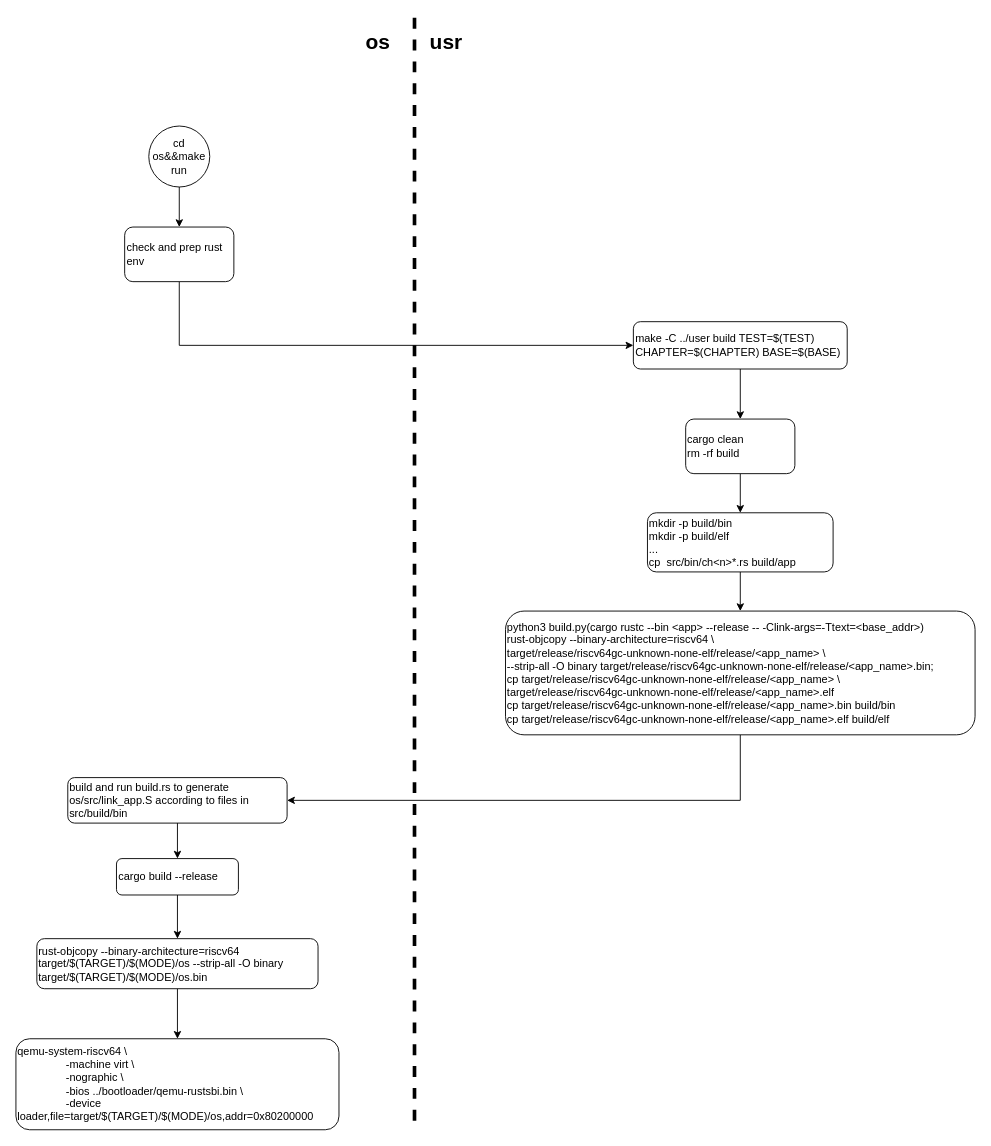
The draw.io diagram page "ch2编译过程" (1 of 2) of flow.drawio in heirish/OpenOs-2025Spring-notes, before the edit. Source tidied: cells renumbered, new cells numbered last; positions are measured from the earlier drawing's top-left corner, leaving out a move shared by most shapes. Both pictures are drawn from the tidied source at 91%, with x=0, y=0 at pixel (15, 17).
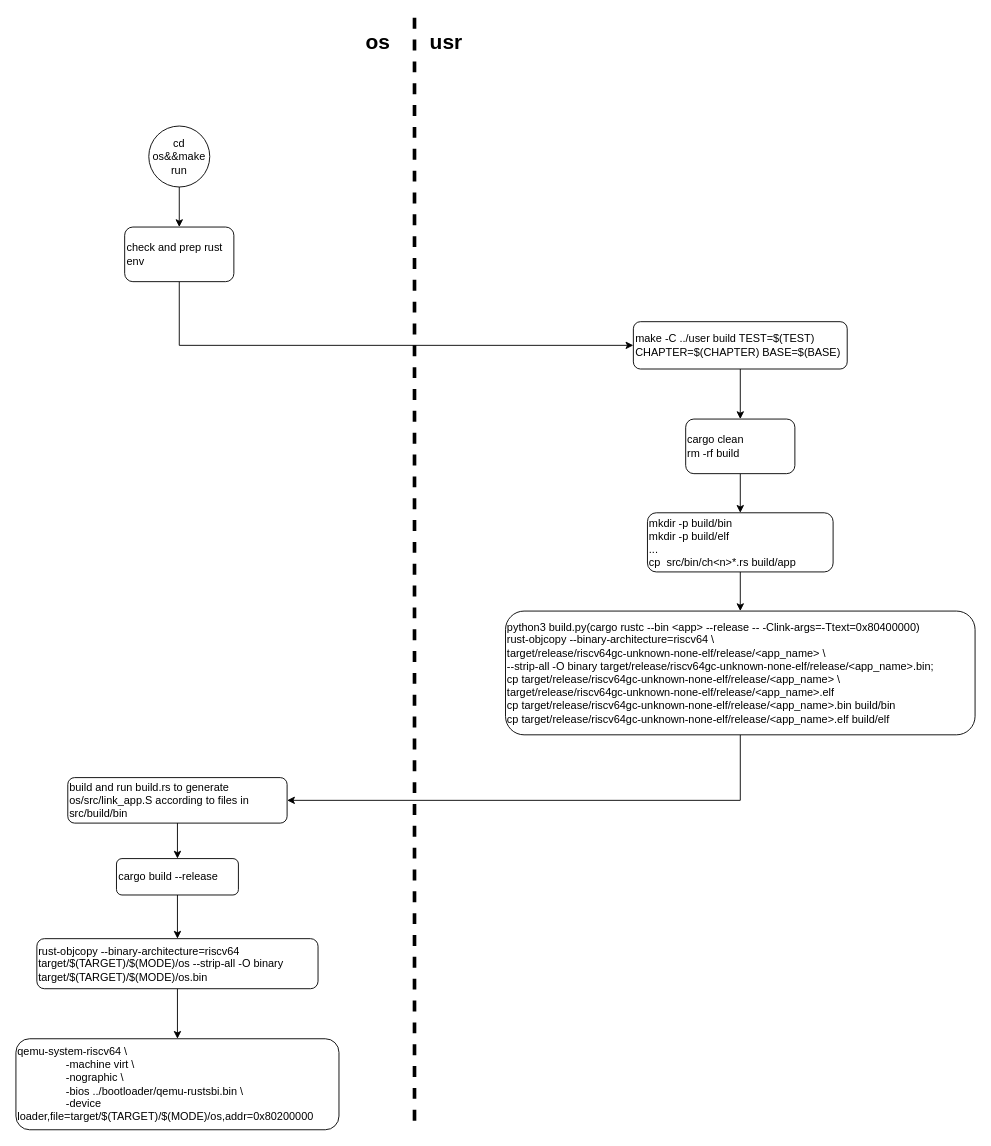
The same diagram, later.

Change to the diagram source:
```diff
@@
-    <mxCell id="16" value="python3 build.py(cargo rustc --bin &amp;lt;app&amp;gt; --release -- -Clink-args=-Ttext=&amp;lt;base_addr&amp;gt;&lt;span style=&quot;background-color: initial;&quot;&gt;)&lt;/span&gt;&lt;div&gt;&lt;span style=&quot;background-color: initial;&quot;&gt;&lt;div&gt;rust-objcopy --binary-architecture=riscv64 \&lt;/div&gt;&lt;div&gt;target/release/riscv64gc-unknown-none-elf/release/&amp;lt;app_name&amp;gt; \&lt;/div&gt;&lt;div&gt;--strip-all -O binary target/release/riscv64gc-unknown-none-elf/release/&amp;lt;app_name&amp;gt;.bin;&lt;/div&gt;&lt;div&gt;cp target/release/riscv64gc-unknown-none-elf/release/&amp;lt;app_name&amp;gt; \&lt;/div&gt;&lt;div&gt;target/release/riscv64gc-unknown-none-elf/release/&amp;lt;app_name&amp;gt;.elf&lt;/div&gt;&lt;div&gt;cp&amp;nbsp;&lt;span style=&quot;background-color: initial;&quot;&gt;target/release/riscv64gc-unknown-none-elf/release/&amp;lt;app_name&amp;gt;.bin build/bin&lt;/span&gt;&lt;/div&gt;&lt;div&gt;cp&amp;nbsp;&lt;span style=&quot;background-color: initial;&quot;&gt;target/release/riscv64gc-unknown-none-elf/release/&amp;lt;app_name&amp;gt;.elf build/elf&lt;/span&gt;&lt;span style=&quot;background-color: initial;&quot;&gt;&lt;br&gt;&lt;/span&gt;&lt;/div&gt;&lt;/span&gt;&lt;/div&gt;" style="rounded=1;whiteSpace=wrap;html=1;align=left;" parent="1" vertex="1">
+    <mxCell id="16" value="python3 build.py(cargo rustc --bin &amp;lt;app&amp;gt; --release -- -Clink-args=-Ttext=0x80400000&lt;span style=&quot;background-color: initial;&quot;&gt;)&lt;/span&gt;&lt;div&gt;&lt;span style=&quot;background-color: initial;&quot;&gt;&lt;div&gt;rust-objcopy --binary-architecture=riscv64 \&lt;/div&gt;&lt;div&gt;target/release/riscv64gc-unknown-none-elf/release/&amp;lt;app_name&amp;gt; \&lt;/div&gt;&lt;div&gt;--strip-all -O binary target/release/riscv64gc-unknown-none-elf/release/&amp;lt;app_name&amp;gt;.bin;&lt;/div&gt;&lt;div&gt;cp target/release/riscv64gc-unknown-none-elf/release/&amp;lt;app_name&amp;gt; \&lt;/div&gt;&lt;div&gt;target/release/riscv64gc-unknown-none-elf/release/&amp;lt;app_name&amp;gt;.elf&lt;/div&gt;&lt;div&gt;cp&amp;nbsp;&lt;span style=&quot;background-color: initial;&quot;&gt;target/release/riscv64gc-unknown-none-elf/release/&amp;lt;app_name&amp;gt;.bin build/bin&lt;/span&gt;&lt;/div&gt;&lt;div&gt;cp&amp;nbsp;&lt;span style=&quot;background-color: initial;&quot;&gt;target/release/riscv64gc-unknown-none-elf/release/&amp;lt;app_name&amp;gt;.elf build/elf&lt;/span&gt;&lt;span style=&quot;background-color: initial;&quot;&gt;&lt;br&gt;&lt;/span&gt;&lt;/div&gt;&lt;/span&gt;&lt;/div&gt;" style="rounded=1;whiteSpace=wrap;html=1;align=left;" parent="1" vertex="1">
       <mxGeometry x="538" y="652" width="516" height="136" as="geometry" />
     </mxCell>
```
